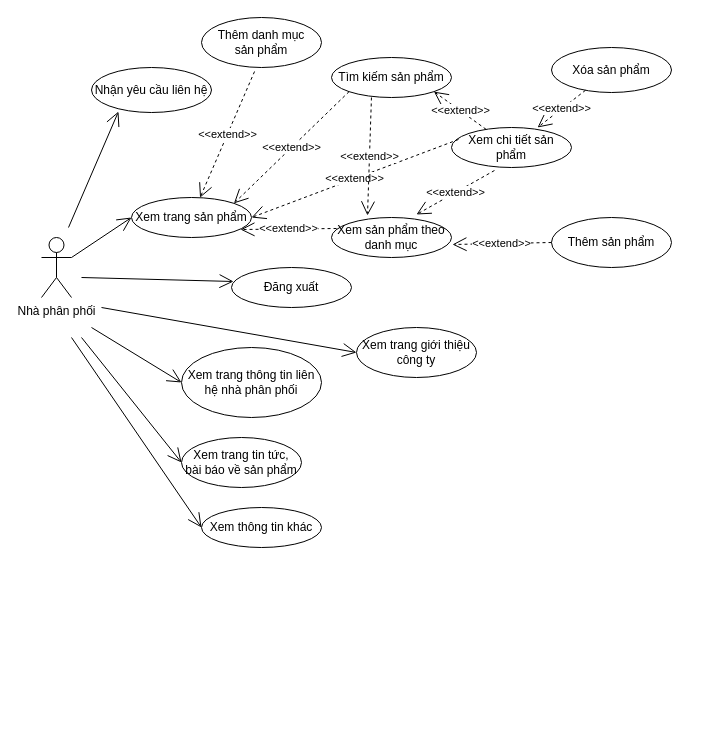
This is providerUseCase.drawio from hoangminh15/PTTKHT, a draw.io file, before an edit. Source tidied: cells renumbered, new cells numbered last; positions are measured from the earlier drawing's top-left corner, leaving out a move shared by most shapes. Both pictures are drawn from the tidied source at 100%, with x=0, y=0 at pixel (41, 17).
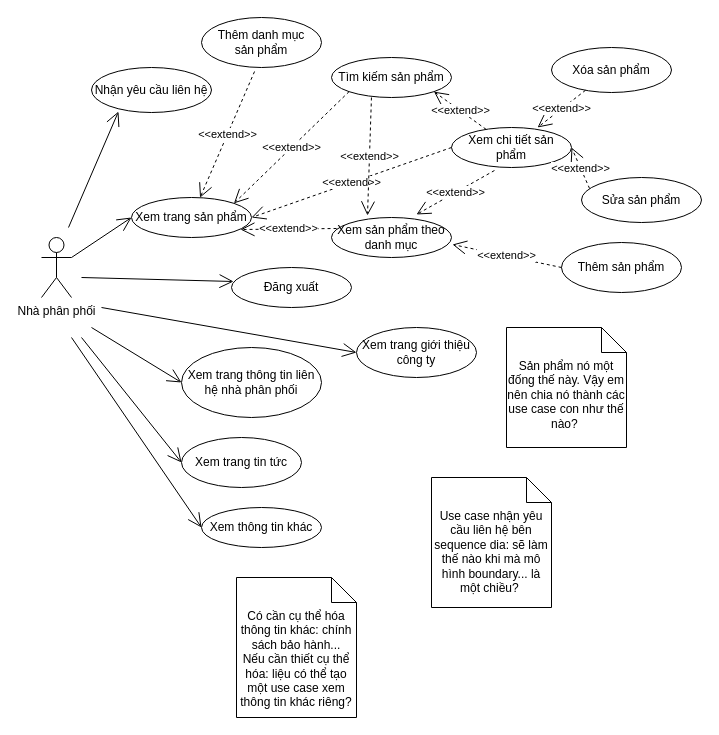
Above is the later version.

Unchanged cells that the change refers to:
```xml
<mxCell id="9" value="Xem chi tiết sản phẩm" style="ellipse;whiteSpace=wrap;html=1;" parent="1" vertex="1">
  <mxGeometry x="410" y="110" width="120" height="40" as="geometry" />
</mxCell>
<mxCell id="10" value="Xem trang sản phẩm" style="ellipse;whiteSpace=wrap;html=1;" parent="1" vertex="1">
  <mxGeometry x="90" y="180" width="120" height="40" as="geometry" />
</mxCell>
```

The edit, as a diff of the source:
```diff
@@
     <mxCell id="3" value="Thêm sản phẩm" style="ellipse;whiteSpace=wrap;html=1;" parent="1" vertex="1">
-      <mxGeometry x="510" y="200" width="120" height="50" as="geometry" />
+      <mxGeometry x="520" y="225" width="120" height="50" as="geometry" />
     </mxCell>
@@
-    <mxCell id="11" value="&amp;lt;&amp;lt;extend&amp;gt;&amp;gt;" style="endArrow=open;endSize=12;dashed=1;html=1;exitX=0.058;exitY=0.3;exitDx=0;exitDy=0;exitPerimeter=0;entryX=1;entryY=0.5;entryDx=0;entryDy=0;" parent="1" edge="1" source="9" target="10">
+    <mxCell id="11" value="&amp;lt;&amp;lt;extend&amp;gt;&amp;gt;" style="endArrow=open;endSize=12;dashed=1;html=1;exitX=0;exitY=0.5;exitDx=0;exitDy=0;entryX=1;entryY=0.5;entryDx=0;entryDy=0;" parent="1" edge="1" source="9" target="10">
       <mxGeometry relative="1" as="geometry" />
     </mxCell>
@@
-    <mxCell id="24" value="Xem trang tin tức, &lt;br&gt;bài báo về sản phẩm" style="ellipse;whiteSpace=wrap;html=1;" parent="1" vertex="1">
+    <mxCell id="24" value="Xem trang tin tức" style="ellipse;whiteSpace=wrap;html=1;" parent="1" vertex="1">
       <mxGeometry x="140" y="420" width="120" height="50" as="geometry" />
     </mxCell>
@@
+    <mxCell id="32" value="Sửa sản phẩm" style="ellipse;whiteSpace=wrap;html=1;" parent="1" vertex="1">
+      <mxGeometry x="540" y="160" width="120" height="45" as="geometry" />
+    </mxCell>
+    <mxCell id="33" value="&amp;lt;&amp;lt;extend&amp;gt;&amp;gt;" style="endArrow=open;endSize=12;dashed=1;html=1;entryX=1;entryY=0.5;entryDx=0;entryDy=0;exitX=0.067;exitY=0.244;exitDx=0;exitDy=0;exitPerimeter=0;" parent="1" edge="1" source="32" target="9">
+      <mxGeometry relative="1" as="geometry" />
+    </mxCell>
+    <mxCell id="34" value="Sản phẩm nó một đống thế này. Vậy em nên chia nó thành các use case con như thế nào?&amp;nbsp;" style="shape=note2;boundedLbl=1;whiteSpace=wrap;html=1;size=25;verticalAlign=top;align=center;" parent="1" vertex="1">
+      <mxGeometry x="465" y="310" width="120" height="120" as="geometry" />
+    </mxCell>
+    <mxCell id="35" value="Use case nhận yêu cầu liên hệ bên sequence dia: sẽ làm thế nào khi mà mô hình boundary... là một chiều?&amp;nbsp;" style="shape=note2;boundedLbl=1;whiteSpace=wrap;html=1;size=25;verticalAlign=top;align=center;" parent="1" vertex="1">
+      <mxGeometry x="390" y="460" width="120" height="130" as="geometry" />
+    </mxCell>
+    <mxCell id="36" value="Có cần cụ thể hóa thông tin khác: chính sách bảo hành...&lt;br&gt;Nếu cần thiết cụ thể hóa: liệu có thể tạo một use case xem thông tin khác riêng?" style="shape=note2;boundedLbl=1;whiteSpace=wrap;html=1;size=25;verticalAlign=top;align=center;" parent="1" vertex="1">
+      <mxGeometry x="195" y="560" width="120" height="140" as="geometry" />
+    </mxCell>
```
